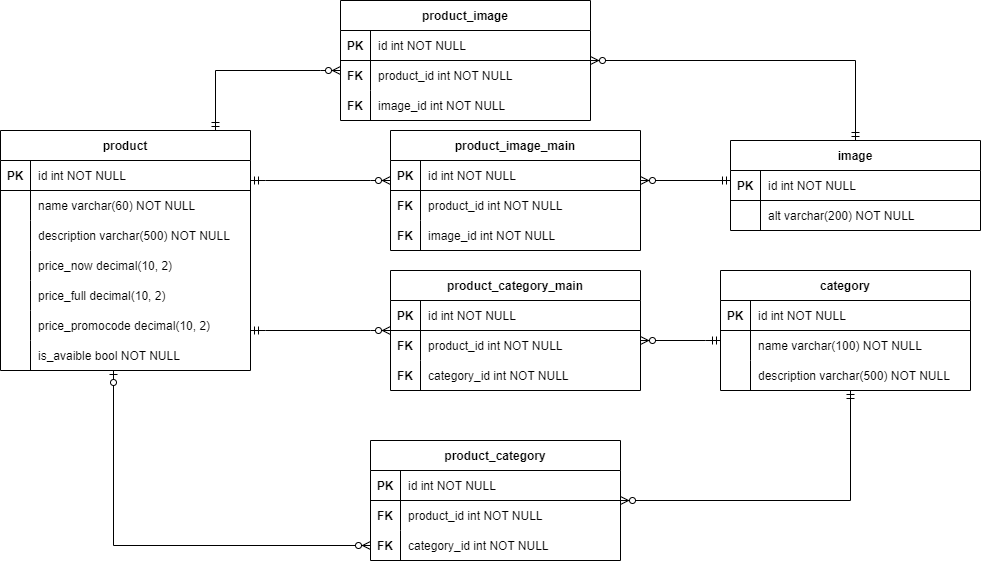
Above: er.png in MarettaLapo/bd (draw.io), before the change. Source tidied: cells renumbered, new cells last; positions are measured from the earlier drawing's top-left corner, leaving out a move shared by most shapes.
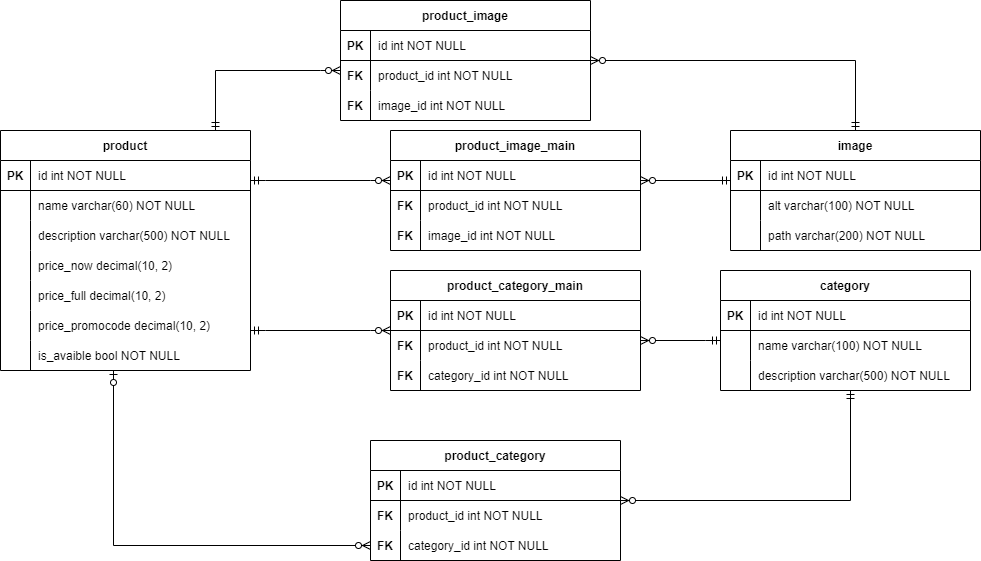
After the change.

What changed in the source:
```diff
@@ -3,7 +3,7 @@
     <mxCell id="0" />
     <mxCell id="1" parent="0" />
     <mxCell id="2" value="image" style="shape=table;startSize=30;rowLines=0;fontStyle=1;align=center;" parent="1" vertex="1">
-      <mxGeometry x="730" y="140" width="250" height="90" as="geometry" />
+      <mxGeometry x="730" y="130" width="250" height="120" as="geometry" />
     </mxCell>
     <mxCell id="3" style="shape=partialRectangle;fillColor=none;top=0;left=0;right=0;bottom=1;strokeColor=default;" parent="2" vertex="1">
       <mxGeometry y="30" width="250" height="30" as="geometry" />
@@ -20,9 +20,18 @@
     <mxCell id="7" style="shape=partialRectangle;overflow=hidden;fillColor=none;top=0;left=0;bottom=0;right=0;" parent="6" vertex="1">
       <mxGeometry width="30" height="30" as="geometry" />
     </mxCell>
-    <mxCell id="8" value="alt varchar(200) NOT NULL" style="shape=partialRectangle;overflow=hidden;fillColor=none;top=0;left=0;bottom=0;right=0;align=left;spacingLeft=6;" parent="6" vertex="1">
+    <mxCell id="8" value="alt varchar(100) NOT NULL" style="shape=partialRectangle;overflow=hidden;fillColor=none;top=0;left=0;bottom=0;right=0;align=left;spacingLeft=6;" parent="6" vertex="1">
       <mxGeometry x="30" width="220" height="30" as="geometry" />
     </mxCell>
+    <mxCell id="89" style="shape=partialRectangle;fillColor=none;top=0;left=0;right=0;bottom=0;strokeColor=none;" parent="2" vertex="1">
+      <mxGeometry y="90" width="250" height="30" as="geometry" />
+    </mxCell>
+    <mxCell id="90" style="shape=partialRectangle;overflow=hidden;fillColor=none;top=0;left=0;bottom=0;right=0;" parent="89" vertex="1">
+      <mxGeometry width="30" height="30" as="geometry" />
+    </mxCell>
+    <mxCell id="91" value="path varchar(200) NOT NULL" style="shape=partialRectangle;overflow=hidden;fillColor=none;top=0;left=0;bottom=0;right=0;align=left;spacingLeft=6;" parent="89" vertex="1">
+      <mxGeometry x="30" width="220" height="30" as="geometry" />
+    </mxCell>
     <mxCell id="9" value="product" style="shape=table;startSize=30;rowLines=0;fontStyle=1;align=center;strokeColor=default;" parent="1" vertex="1">
       <mxGeometry y="130" width="250" height="240" as="geometry" />
     </mxCell>
```
